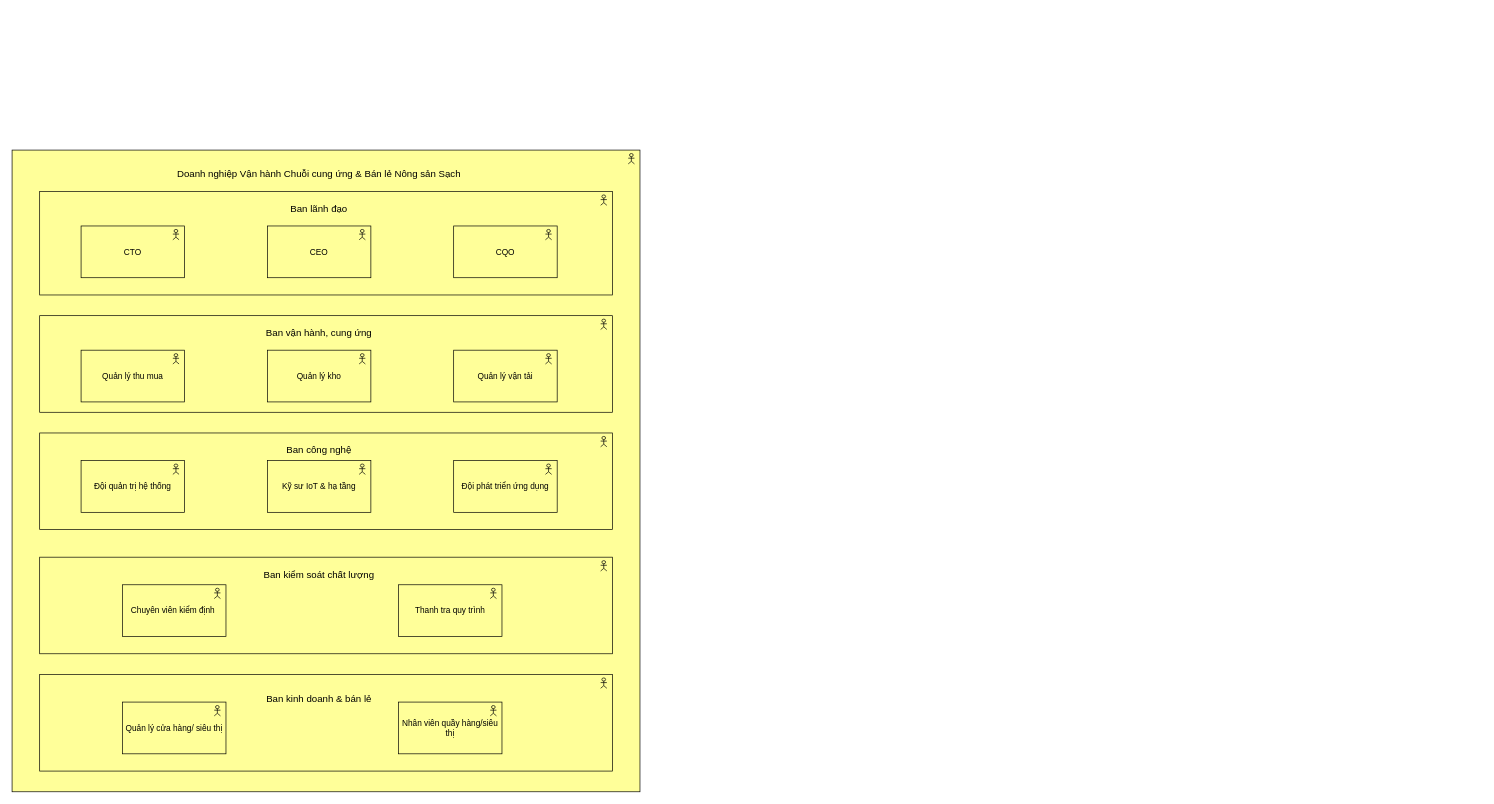
nmchien111/Archimate1 keeps this draw.io diagram as Archimate.drawio. Above is the earlier version. Source tidied: cells renumbered, new cells numbered last; positions are measured from the earlier drawing's top-left corner, leaving out a move shared by most shapes. Both pictures are drawn from the tidied source at 69%, with x=0, y=0 at pixel (12, 150).
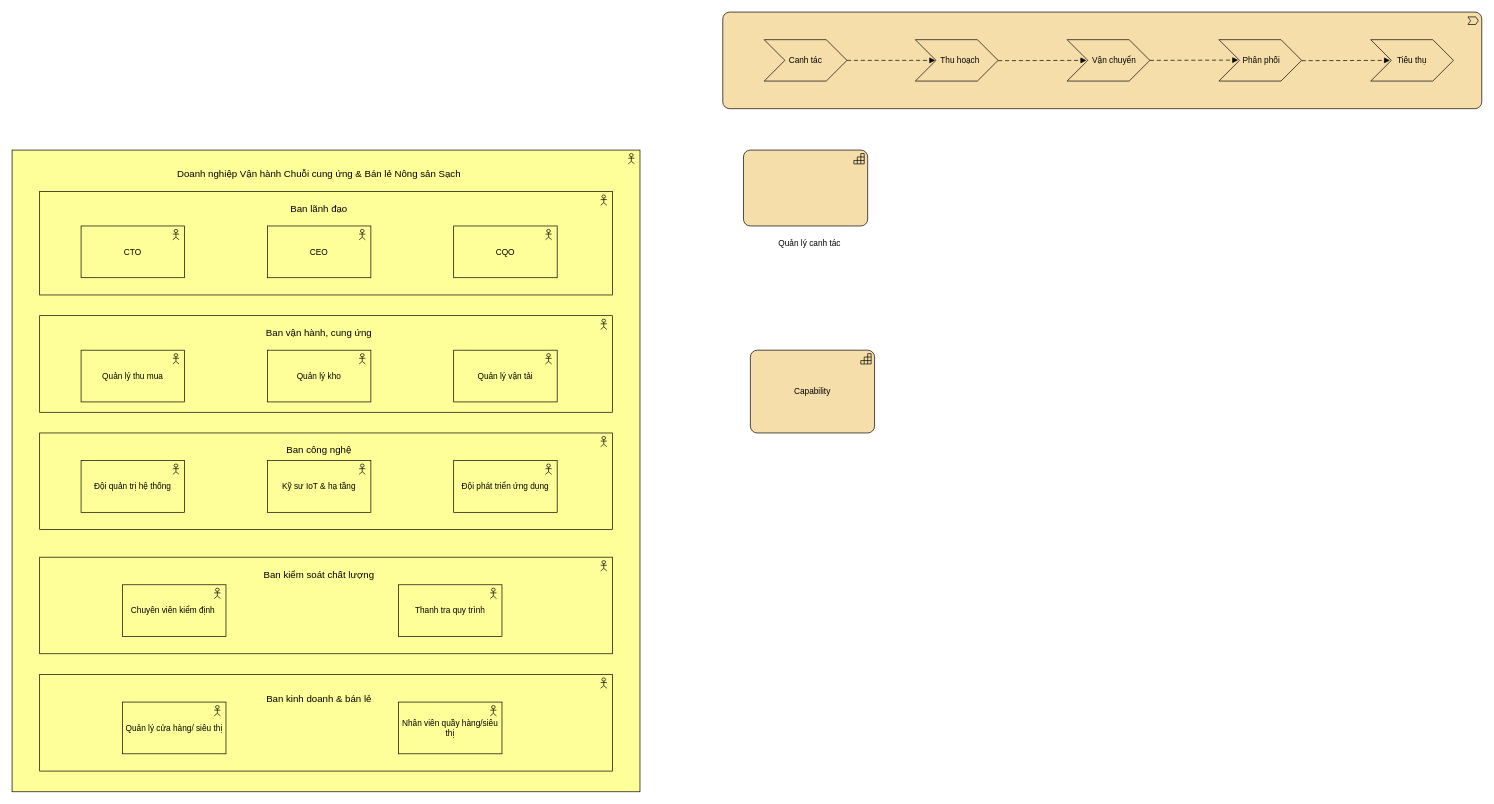
After the change.

Commit message:
Cập nhật Archimate.drawio

The edit, as a diff of the source:
```diff
@@
+    <mxCell id="27" style="html=1;whiteSpace=wrap;fillColor=#F5DEAA;shape=mxgraph.archimate3.application;appType=capability;archiType=rounded;" parent="1" vertex="1">
+      <mxGeometry x="1060" width="180" height="110" as="geometry" />
+    </mxCell>
+    <mxCell id="28" value="Capability" style="html=1;whiteSpace=wrap;fillColor=#F5DEAA;shape=mxgraph.archimate3.application;appType=capability;archiType=rounded;" parent="1" vertex="1">
+      <mxGeometry x="1070" y="290" width="180" height="120" as="geometry" />
+    </mxCell>
+    <mxCell id="29" value="Quản lý canh tác" style="text;html=1;whiteSpace=wrap;strokeColor=none;fillColor=none;align=center;verticalAlign=middle;rounded=0;" parent="1" vertex="1">
+      <mxGeometry x="1101" y="120" width="110" height="30" as="geometry" />
+    </mxCell>
+    <mxCell id="30" style="html=1;whiteSpace=wrap;fillColor=#F5DEAA;shape=mxgraph.archimate3.application;appType=valueStream;archiType=rounded;" parent="1" vertex="1">
+      <mxGeometry x="1030" y="-200" width="1100" height="140" as="geometry" />
+    </mxCell>
+    <mxCell id="31" value="Canh tác" style="html=1;outlineConnect=0;whiteSpace=wrap;fillColor=#F5DEAA;shape=mxgraph.archimate3.valueStream;" parent="1" vertex="1">
+      <mxGeometry x="1090" y="-160" width="120" height="60" as="geometry" />
+    </mxCell>
+    <mxCell id="32" value="&amp;nbsp; &amp;nbsp;Thu hoạch" style="html=1;whiteSpace=wrap;fillColor=#F5DEAA;shape=mxgraph.archimate3.valueStream;" parent="1" vertex="1">
+      <mxGeometry x="1309" y="-160" width="120" height="60" as="geometry" />
+    </mxCell>
+    <mxCell id="33" value="&amp;nbsp; &amp;nbsp; &amp;nbsp;Vận chuyển" style="html=1;whiteSpace=wrap;fillColor=#F5DEAA;shape=mxgraph.archimate3.valueStream;" parent="1" vertex="1">
+      <mxGeometry x="1529" y="-160" width="120" height="60" as="geometry" />
+    </mxCell>
+    <mxCell id="34" value="&amp;nbsp;Phân phối" style="html=1;whiteSpace=wrap;fillColor=#F5DEAA;shape=mxgraph.archimate3.valueStream;" parent="1" vertex="1">
+      <mxGeometry x="1749" y="-160" width="120" height="60" as="geometry" />
+    </mxCell>
+    <mxCell id="35" value="Tiêu thụ" style="html=1;whiteSpace=wrap;fillColor=#F5DEAA;shape=mxgraph.archimate3.valueStream;" parent="1" vertex="1">
+      <mxGeometry x="1969" y="-160" width="120" height="60" as="geometry" />
+    </mxCell>
+    <mxCell id="36" style="edgeStyle=elbowEdgeStyle;html=1;endArrow=block;dashed=1;elbow=vertical;endFill=1;dashPattern=6 4;rounded=0;entryX=0;entryY=0.5;entryDx=0;entryDy=0;entryPerimeter=0;exitX=1;exitY=0.5;exitDx=0;exitDy=0;exitPerimeter=0;" parent="1" edge="1" source="31">
+      <mxGeometry relative="1" as="geometry">
+        <mxPoint x="1338" y="-130.4" as="targetPoint" />
+      </mxGeometry>
+    </mxCell>
+    <mxCell id="37" style="edgeStyle=elbowEdgeStyle;html=1;endArrow=block;dashed=1;elbow=vertical;endFill=1;dashPattern=6 4;rounded=0;entryX=0;entryY=0.5;entryDx=0;entryDy=0;entryPerimeter=0;exitX=1;exitY=0.5;exitDx=0;exitDy=0;exitPerimeter=0;" parent="1" edge="1">
+      <mxGeometry relative="1" as="geometry">
+        <mxPoint x="1429" y="-129.6" as="sourcePoint" />
+        <mxPoint x="1557" y="-130" as="targetPoint" />
+      </mxGeometry>
+    </mxCell>
+    <mxCell id="38" style="edgeStyle=elbowEdgeStyle;html=1;endArrow=block;dashed=1;elbow=vertical;endFill=1;dashPattern=6 4;rounded=0;entryX=0;entryY=0.5;entryDx=0;entryDy=0;entryPerimeter=0;exitX=1;exitY=0.5;exitDx=0;exitDy=0;exitPerimeter=0;" parent="1" edge="1">
+      <mxGeometry relative="1" as="geometry">
+        <mxPoint x="1649" y="-130" as="sourcePoint" />
+        <mxPoint x="1777" y="-130.4" as="targetPoint" />
+        <Array as="points">
+          <mxPoint x="1709" y="-130.4" />
+        </Array>
+      </mxGeometry>
+    </mxCell>
+    <mxCell id="39" style="edgeStyle=elbowEdgeStyle;html=1;endArrow=block;dashed=1;elbow=vertical;endFill=1;dashPattern=6 4;rounded=0;entryX=0;entryY=0.5;entryDx=0;entryDy=0;entryPerimeter=0;exitX=1;exitY=0.5;exitDx=0;exitDy=0;exitPerimeter=0;" parent="1" edge="1">
+      <mxGeometry relative="1" as="geometry">
+        <mxPoint x="1869" y="-129.6" as="sourcePoint" />
+        <mxPoint x="1997" y="-130" as="targetPoint" />
+      </mxGeometry>
+    </mxCell>
```
